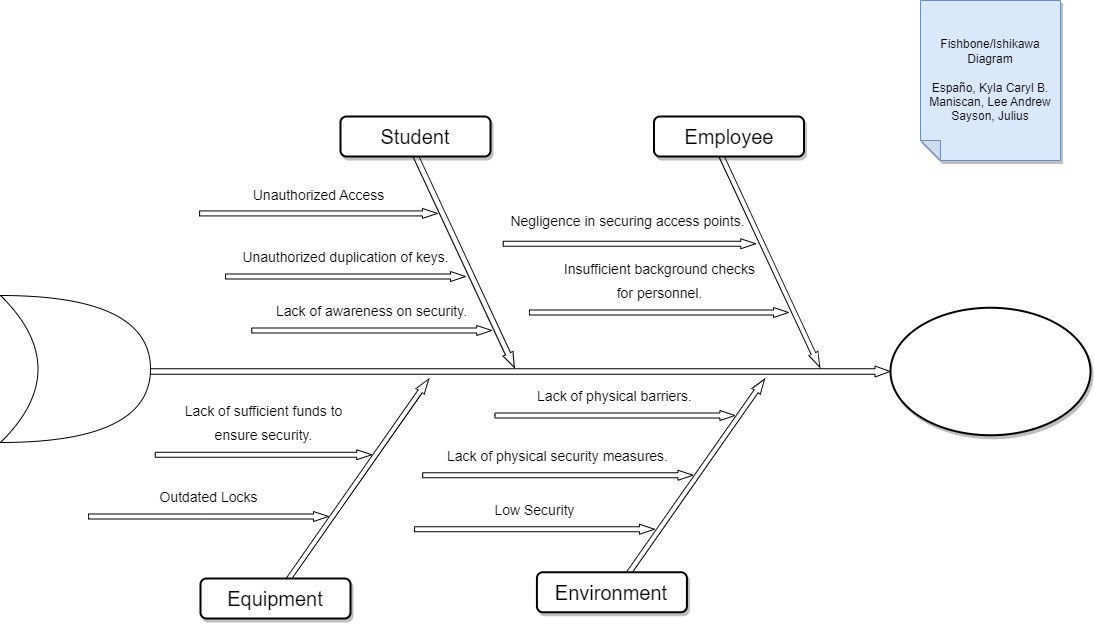
Earlier version of the draw.io export Fishbone Diagram.drawio.png (kaisunoo/Acads). Source tidied: cells renumbered, new cells last; positions are measured from the earlier drawing's top-left corner, leaving out a move shared by most shapes.
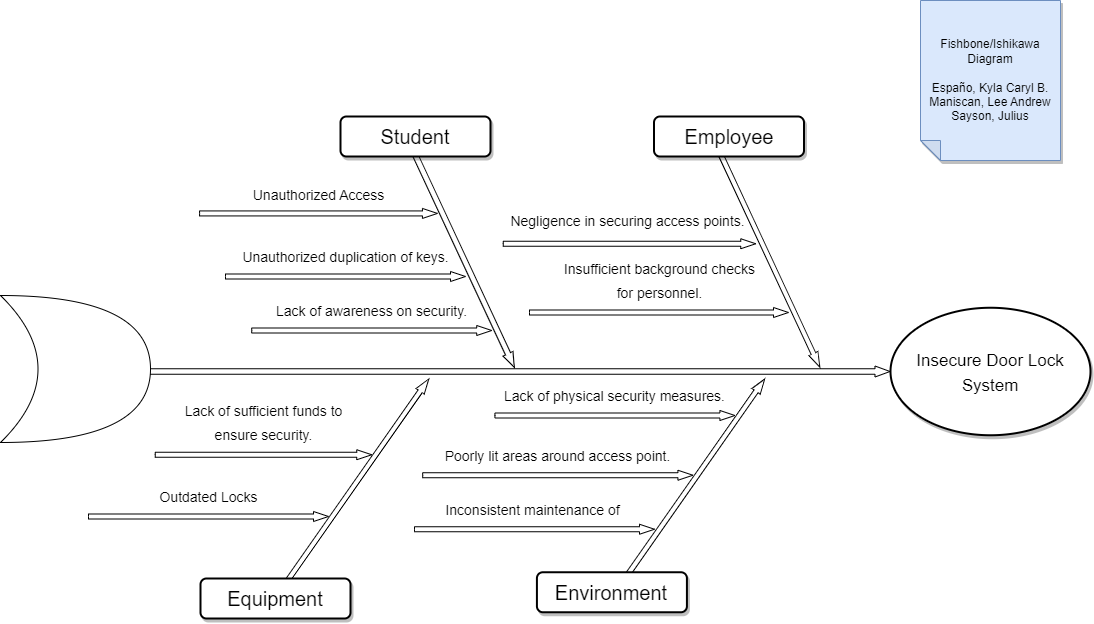
Above is the later version.

Change to the diagram source:
```diff
@@ -29,7 +29,7 @@
     <mxCell id="10" value="Environment" style="rounded=1;whiteSpace=wrap;html=1;shadow=1;strokeWidth=2;fontSize=20;" parent="1" vertex="1">
       <mxGeometry x="536.4" y="571.8" width="150" height="40" as="geometry" />
     </mxCell>
-    <mxCell id="11" style="ellipse;whiteSpace=wrap;html=1;rounded=1;shadow=1;strokeWidth=2;fontSize=20;" parent="1" vertex="1">
+    <mxCell id="11" value="&lt;font style=&quot;font-size: 17px;&quot;&gt;Insecure Door Lock System&lt;/font&gt;" style="ellipse;whiteSpace=wrap;html=1;rounded=1;shadow=1;strokeWidth=2;fontSize=20;" parent="1" vertex="1">
       <mxGeometry x="890" y="307.2" width="200" height="127.5" as="geometry" />
     </mxCell>
     <mxCell id="12" value="&lt;span style=&quot;font-size: 14px;&quot;&gt;Lack of awareness on security.&lt;br&gt;&lt;/span&gt;&lt;span style=&quot;font-size: 14px;&quot;&gt;&amp;nbsp;&lt;/span&gt;&lt;span style=&quot;font-size: 14px;&quot;&gt;&lt;br&gt;&lt;/span&gt;" style="html=1;shadow=0;dashed=0;align=center;verticalAlign=middle;shape=mxgraph.arrows2.arrow;dy=0.5;dx=15;direction=north;notch=0;rounded=0;strokeWidth=1;fontSize=20;rotation=90;horizontal=0;labelPosition=left;verticalLabelPosition=middle;" parent="1" vertex="1">
@@ -41,7 +41,7 @@
     <mxCell id="14" value="&lt;font style=&quot;font-size: 14px;&quot;&gt;Outdated Locks&lt;br&gt;&lt;br&gt;&lt;/font&gt;" style="html=1;shadow=0;dashed=0;align=center;verticalAlign=middle;shape=mxgraph.arrows2.arrow;dy=0.5;dx=15;direction=north;notch=0;rounded=0;strokeWidth=1;fontSize=20;rotation=90;horizontal=0;labelPosition=left;verticalLabelPosition=middle;" parent="1" vertex="1">
       <mxGeometry x="203" y="396" width="10" height="240" as="geometry" />
     </mxCell>
-    <mxCell id="15" value="&lt;font style=&quot;font-size: 14px;&quot;&gt;Lack of physical security measures.&lt;br&gt;&lt;br&gt;&lt;/font&gt;" style="html=1;shadow=0;dashed=0;align=center;verticalAlign=middle;shape=mxgraph.arrows2.arrow;dy=0.5;dx=15;direction=north;notch=0;rounded=0;strokeWidth=1;fontSize=20;rotation=90;horizontal=0;labelPosition=left;verticalLabelPosition=middle;" parent="1" vertex="1">
+    <mxCell id="15" value="&lt;font style=&quot;font-size: 14px;&quot;&gt;Poorly lit areas around access point.&lt;br&gt;&lt;br&gt;&lt;/font&gt;" style="html=1;shadow=0;dashed=0;align=center;verticalAlign=middle;shape=mxgraph.arrows2.arrow;dy=0.5;dx=15;direction=north;notch=0;rounded=0;strokeWidth=1;fontSize=20;rotation=90;horizontal=0;labelPosition=left;verticalLabelPosition=middle;" parent="1" vertex="1">
       <mxGeometry x="552.3" y="339.6" width="10" height="270.2" as="geometry" />
     </mxCell>
     <mxCell id="16" value="&lt;font style=&quot;font-size: 14px;&quot;&gt;Unauthorized duplication of keys.&lt;br&gt;&lt;br&gt;&lt;/font&gt;" style="html=1;shadow=0;dashed=0;align=center;verticalAlign=middle;shape=mxgraph.arrows2.arrow;dy=0.5;dx=15;direction=north;notch=0;rounded=0;strokeWidth=1;fontSize=20;rotation=90;horizontal=0;labelPosition=left;verticalLabelPosition=middle;" parent="1" vertex="1">
@@ -53,7 +53,7 @@
     <mxCell id="18" value="&lt;font style=&quot;font-size: 14px;&quot;&gt;Lack of sufficient funds to &lt;br&gt;ensure security.&lt;br&gt;&lt;br&gt;&lt;br&gt;&lt;/font&gt;" style="html=1;shadow=0;dashed=0;align=center;verticalAlign=middle;shape=mxgraph.arrows2.arrow;dy=0.5;dx=15;direction=north;notch=0;rounded=0;strokeWidth=1;fontSize=20;rotation=90;horizontal=0;labelPosition=left;verticalLabelPosition=middle;" parent="1" vertex="1">
       <mxGeometry x="258" y="346" width="10" height="216.5" as="geometry" />
     </mxCell>
-    <mxCell id="19" value="&lt;font style=&quot;font-size: 14px;&quot;&gt;Lack of physical barriers.&lt;br&gt;&lt;br&gt;&lt;/font&gt;" style="html=1;shadow=0;dashed=0;align=center;verticalAlign=middle;shape=mxgraph.arrows2.arrow;dy=0.5;dx=15;direction=north;notch=0;rounded=0;strokeWidth=1;fontSize=20;rotation=90;horizontal=0;labelPosition=left;verticalLabelPosition=middle;" parent="1" vertex="1">
+    <mxCell id="19" value="&lt;font style=&quot;font-size: 14px;&quot;&gt;Lack of physical security measures.&lt;br&gt;&lt;br style=&quot;border-color: var(--border-color);&quot;&gt;&lt;/font&gt;" style="html=1;shadow=0;dashed=0;align=center;verticalAlign=middle;shape=mxgraph.arrows2.arrow;dy=0.5;dx=15;direction=north;notch=0;rounded=0;strokeWidth=1;fontSize=20;rotation=90;horizontal=0;labelPosition=left;verticalLabelPosition=middle;" parent="1" vertex="1">
       <mxGeometry x="609.4" y="295" width="10" height="240" as="geometry" />
     </mxCell>
     <mxCell id="20" value="Fishbone/Ishikawa Diagram&lt;br&gt;&lt;br&gt;Españo, Kyla Caryl B.&lt;br&gt;Maniscan, Lee Andrew&lt;br&gt;Sayson, Julius" style="shape=note;whiteSpace=wrap;html=1;backgroundOutline=1;darkOpacity=0.05;fillColor=#dae8fc;strokeColor=#6c8ebf;fillStyle=solid;direction=west;gradientDirection=north;shadow=1;size=20;" parent="1" vertex="1">
@@ -62,7 +62,7 @@
     <mxCell id="21" value="&lt;font style=&quot;font-size: 14px;&quot;&gt;&lt;div style=&quot;&quot;&gt;Unauthorized Access&lt;br&gt;&lt;/div&gt;&lt;div style=&quot;&quot;&gt;&amp;nbsp;&lt;/div&gt;&lt;/font&gt;" style="html=1;shadow=0;dashed=0;align=center;verticalAlign=middle;shape=mxgraph.arrows2.arrow;dy=0.5;dx=15;direction=north;notch=0;rounded=0;strokeWidth=1;fontSize=20;rotation=90;horizontal=0;labelPosition=left;verticalLabelPosition=middle;" parent="1" vertex="1">
       <mxGeometry x="313" y="94" width="10" height="237.9" as="geometry" />
     </mxCell>
-    <mxCell id="22" value="&lt;font style=&quot;font-size: 14px;&quot;&gt;Low Security&lt;br&gt;&lt;br&gt;&lt;/font&gt;" style="html=1;shadow=0;dashed=0;align=center;verticalAlign=middle;shape=mxgraph.arrows2.arrow;dy=0.5;dx=15;direction=north;notch=0;rounded=0;strokeWidth=1;fontSize=20;rotation=90;horizontal=0;labelPosition=left;verticalLabelPosition=middle;" parent="1" vertex="1">
+    <mxCell id="22" value="&lt;font style=&quot;font-size: 14px;&quot;&gt;Inconsistent maintenance of&amp;nbsp;&lt;br&gt;&lt;br&gt;&lt;/font&gt;" style="html=1;shadow=0;dashed=0;align=center;verticalAlign=middle;shape=mxgraph.arrows2.arrow;dy=0.5;dx=15;direction=north;notch=0;rounded=0;strokeWidth=1;fontSize=20;rotation=90;horizontal=0;labelPosition=left;verticalLabelPosition=middle;" parent="1" vertex="1">
       <mxGeometry x="529" y="408.8" width="10" height="240" as="geometry" />
     </mxCell>
     <mxCell id="23" style="shape=xor;whiteSpace=wrap;html=1;" parent="1" vertex="1">
```
